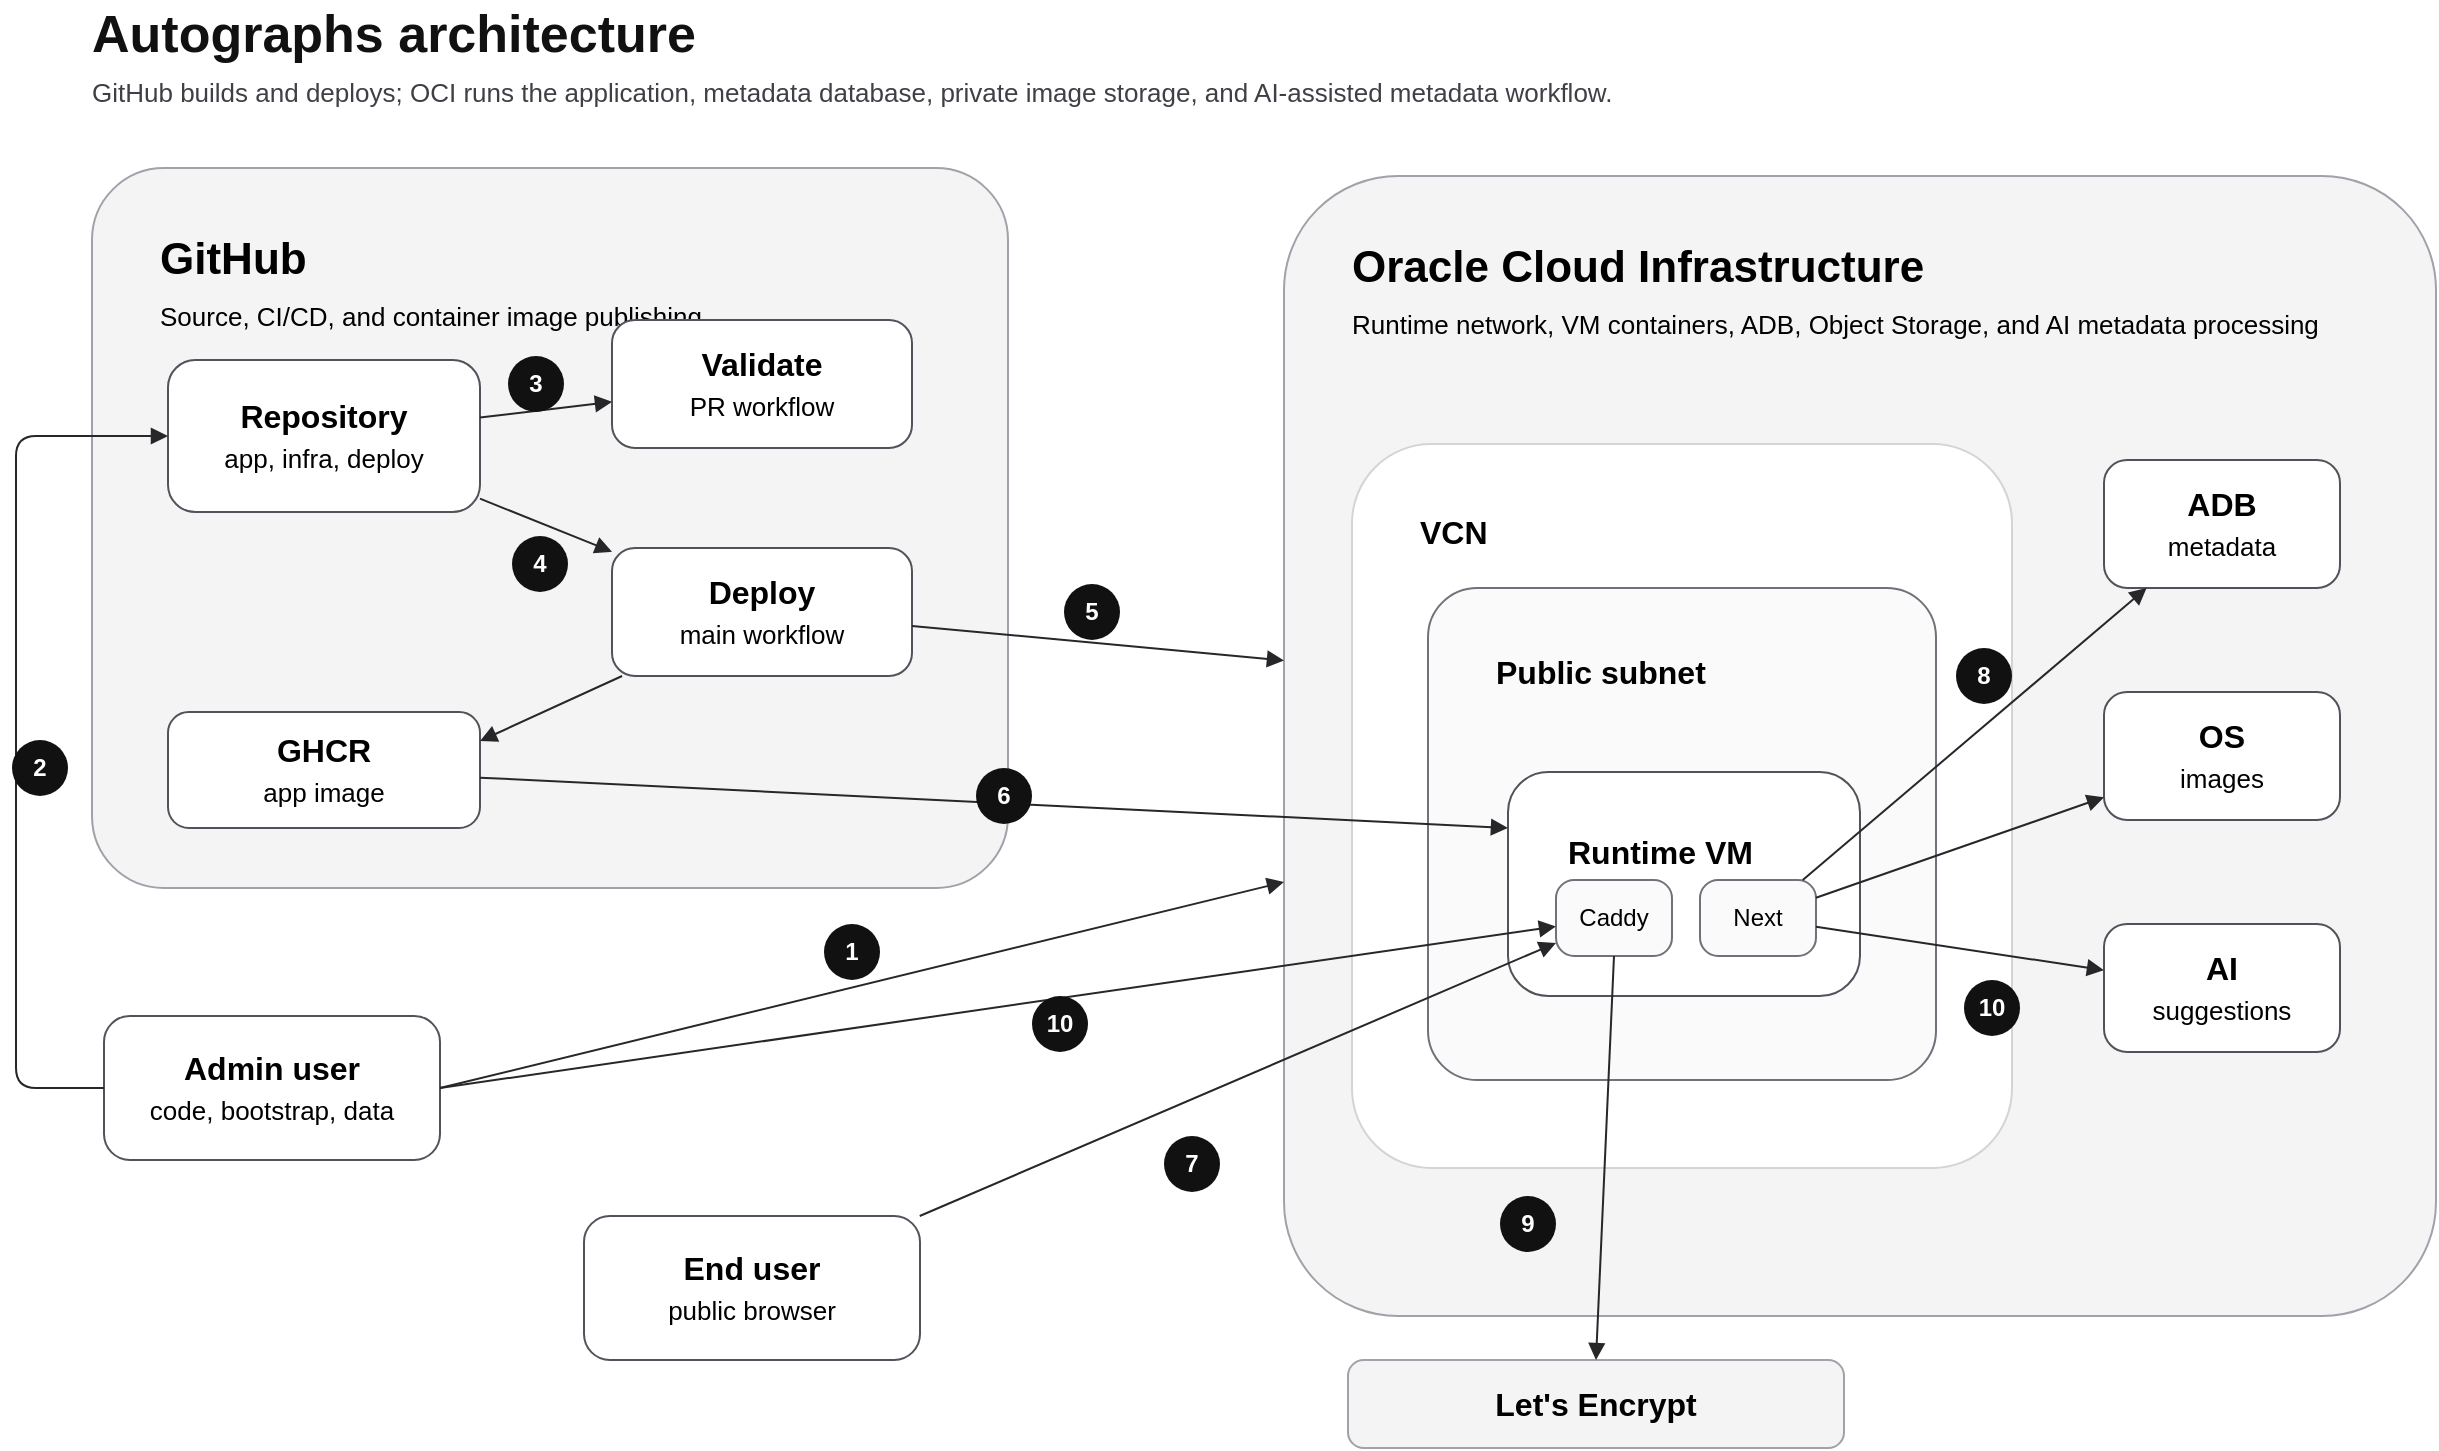
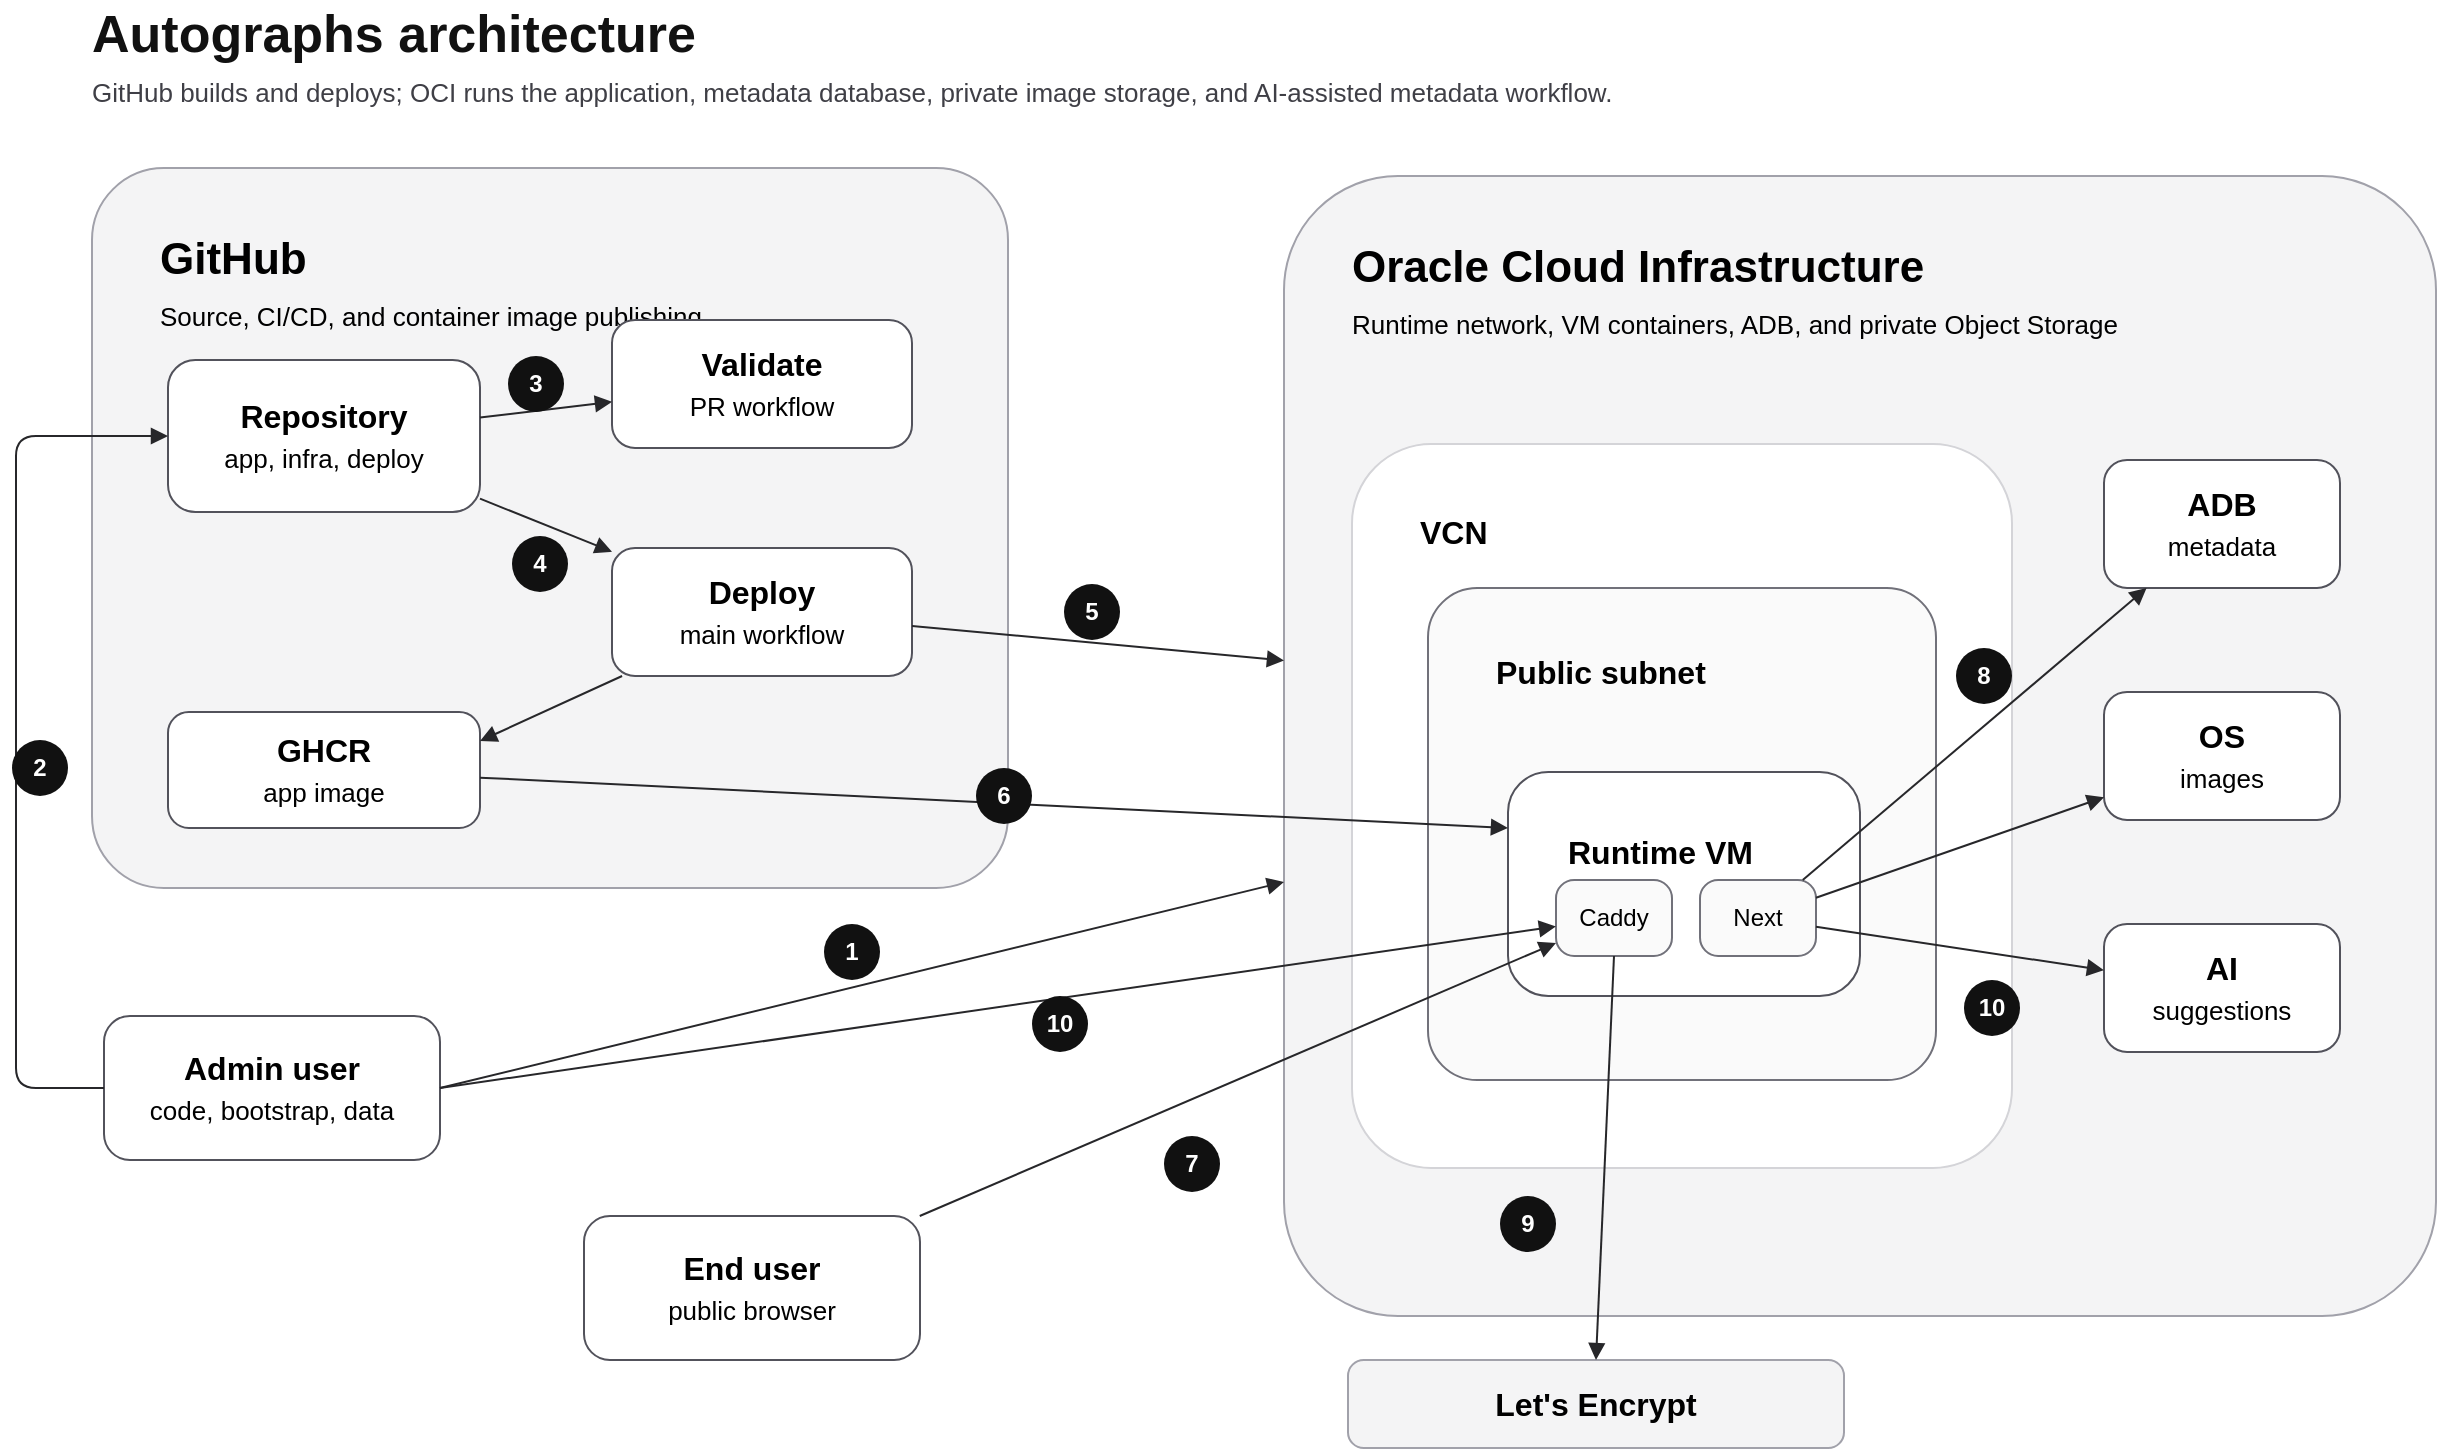
<mxfile host="app.diagrams.net" agent="Codex">
  <diagram id="autographs-simplified-architecture" name="Autographs Architecture">
    <mxGraphModel dx="1368" dy="734" grid="1" gridSize="10" guides="1" tooltips="1" connect="1" arrows="1" fold="1" page="1" pageScale="1" pageWidth="1280" pageHeight="760" math="0" shadow="0">
      <root>
        <mxCell id="0" />
        <mxCell id="1" parent="0" />
        <mxCell id="title" parent="1" style="text;html=1;strokeColor=none;fillColor=none;fontSize=26;fontStyle=1;fontColor=#111111;align=left;verticalAlign=middle;" value="Autographs architecture" vertex="1">
          <mxGeometry height="34" width="360" x="52" y="28" as="geometry" />
        </mxCell>
        <mxCell id="subtitle" parent="1" style="text;html=1;strokeColor=none;fillColor=none;fontSize=13;fontColor=#3f3f46;align=left;verticalAlign=middle;" value="GitHub builds and deploys; OCI runs the application, metadata database, private image storage, and AI-assisted metadata workflow." vertex="1">
          <mxGeometry height="24" width="790" x="52" y="62" as="geometry" />
        </mxCell>
        <mxCell id="github-zone" parent="1" style="rounded=1;whiteSpace=wrap;html=1;fillColor=#f4f4f5;strokeColor=#a1a1aa;fontStyle=1;fontSize=22;align=left;verticalAlign=top;spacingLeft=32;spacingTop=26;arcSize=10;" value="GitHub&lt;br&gt;&lt;font style=&quot;font-size: 13px; font-weight: 400;&quot;&gt;Source, CI/CD, and container image publishing&lt;/font&gt;" vertex="1">
          <mxGeometry height="360" width="458" x="54" y="112" as="geometry" />
        </mxCell>
        <mxCell id="repo" parent="1" style="rounded=1;whiteSpace=wrap;html=1;fillColor=#ffffff;strokeColor=#52525b;arcSize=18;fontSize=16;" value="&lt;b&gt;Repository&lt;/b&gt;&lt;br&gt;&lt;font style=&quot;font-size: 13px;&quot;&gt;app, infra, deploy&lt;/font&gt;" vertex="1">
          <mxGeometry height="76" width="156" x="92" y="208" as="geometry" />
        </mxCell>
        <mxCell id="validate" parent="1" style="rounded=1;whiteSpace=wrap;html=1;fillColor=#ffffff;strokeColor=#52525b;arcSize=18;fontSize=16;" value="&lt;b&gt;Validate&lt;/b&gt;&lt;br&gt;&lt;font style=&quot;font-size: 13px;&quot;&gt;PR workflow&lt;/font&gt;" vertex="1">
          <mxGeometry height="64" width="150" x="314" y="188" as="geometry" />
        </mxCell>
        <mxCell id="deploy" parent="1" style="rounded=1;whiteSpace=wrap;html=1;fillColor=#ffffff;strokeColor=#52525b;arcSize=18;fontSize=16;" value="&lt;b&gt;Deploy&lt;/b&gt;&lt;br&gt;&lt;font style=&quot;font-size: 13px;&quot;&gt;main workflow&lt;/font&gt;" vertex="1">
          <mxGeometry height="64" width="150" x="314" y="302" as="geometry" />
        </mxCell>
        <mxCell id="ghcr" parent="1" style="rounded=1;whiteSpace=wrap;html=1;fillColor=#ffffff;strokeColor=#52525b;arcSize=18;fontSize=16;" value="&lt;b&gt;GHCR&lt;/b&gt;&lt;br&gt;&lt;font style=&quot;font-size: 13px;&quot;&gt;app image&lt;/font&gt;" vertex="1">
          <mxGeometry height="58" width="156" x="92" y="384" as="geometry" />
        </mxCell>
        <mxCell id="admin" parent="1" style="rounded=1;whiteSpace=wrap;html=1;fillColor=#ffffff;strokeColor=#52525b;arcSize=18;fontSize=16;" value="&lt;b&gt;Admin user&lt;/b&gt;&lt;br&gt;&lt;font style=&quot;font-size: 13px;&quot;&gt;code, bootstrap, data&lt;/font&gt;" vertex="1">
          <mxGeometry height="72" width="168" x="60" y="536" as="geometry" />
        </mxCell>
        <mxCell id="end-user" parent="1" style="rounded=1;whiteSpace=wrap;html=1;fillColor=#ffffff;strokeColor=#52525b;arcSize=18;fontSize=16;" value="&lt;b&gt;End user&lt;/b&gt;&lt;br&gt;&lt;font style=&quot;font-size: 13px;&quot;&gt;public browser&lt;/font&gt;" vertex="1">
          <mxGeometry height="72" width="168" x="300" y="636" as="geometry" />
        </mxCell>
-         <mxCell id="oci-zone" parent="1" style="rounded=1;whiteSpace=wrap;html=1;fillColor=#f4f4f5;strokeColor=#a1a1aa;fontStyle=1;fontSize=22;align=left;verticalAlign=top;spacingLeft=32;spacingTop=26;arcSize=10;" value="Oracle Cloud Infrastructure&lt;br&gt;&lt;font style=&quot;font-size: 13px; font-weight: 400;&quot;&gt;Runtime network, VM containers, ADB, Object Storage, and AI metadata processing&lt;/font&gt;" vertex="1">
+         <mxCell id="oci-zone" parent="1" style="rounded=1;whiteSpace=wrap;html=1;fillColor=#f4f4f5;strokeColor=#a1a1aa;fontStyle=1;fontSize=22;align=left;verticalAlign=top;spacingLeft=32;spacingTop=26;arcSize=10;" value="Oracle Cloud Infrastructure&lt;br&gt;&lt;font style=&quot;font-size: 13px; font-weight: 400;&quot;&gt;Runtime network, VM containers, ADB, and private Object Storage&lt;/font&gt;" vertex="1">
          <mxGeometry height="570" width="576" x="650" y="116" as="geometry" />
        </mxCell>
        <mxCell id="vcn" parent="1" style="rounded=1;whiteSpace=wrap;html=1;fillColor=#ffffff;strokeColor=#d4d4d8;arcSize=12;fontSize=16;align=left;verticalAlign=top;spacingLeft=32;spacingTop=28;" value="&lt;b&gt;VCN&lt;/b&gt;" vertex="1">
          <mxGeometry height="362" width="330" x="684" y="250" as="geometry" />
        </mxCell>
        <mxCell id="subnet" parent="1" style="rounded=1;whiteSpace=wrap;html=1;fillColor=#fafafa;strokeColor=#71717a;arcSize=10;fontSize=16;align=left;verticalAlign=top;spacingLeft=32;spacingTop=26;" value="&lt;b&gt;Public subnet&lt;/b&gt;" vertex="1">
          <mxGeometry height="246" width="254" x="722" y="322" as="geometry" />
        </mxCell>
        <mxCell id="vm" parent="1" style="rounded=1;whiteSpace=wrap;html=1;fillColor=#ffffff;strokeColor=#52525b;arcSize=18;fontSize=16;align=left;verticalAlign=top;spacingLeft=28;spacingTop=24;" value="&lt;b&gt;Runtime VM&lt;/b&gt;" vertex="1">
          <mxGeometry height="112" width="176" x="762" y="414" as="geometry" />
        </mxCell>
        <mxCell id="caddy" parent="1" style="rounded=1;whiteSpace=wrap;html=1;fillColor=#fafafa;strokeColor=#71717a;arcSize=24;fontSize=12;" value="Caddy" vertex="1">
          <mxGeometry height="38" width="58" x="786" y="468" as="geometry" />
        </mxCell>
        <mxCell id="next" parent="1" style="rounded=1;whiteSpace=wrap;html=1;fillColor=#fafafa;strokeColor=#71717a;arcSize=24;fontSize=12;" value="Next" vertex="1">
          <mxGeometry height="38" width="58" x="858" y="468" as="geometry" />
        </mxCell>
        <mxCell id="adb" parent="1" style="rounded=1;whiteSpace=wrap;html=1;fillColor=#ffffff;strokeColor=#52525b;arcSize=18;fontSize=16;" value="&lt;b&gt;ADB&lt;/b&gt;&lt;br&gt;&lt;font style=&quot;font-size: 13px;&quot;&gt;metadata&lt;/font&gt;" vertex="1">
          <mxGeometry height="64" width="118" x="1060" y="258" as="geometry" />
        </mxCell>
        <mxCell id="object-storage" parent="1" style="rounded=1;whiteSpace=wrap;html=1;fillColor=#ffffff;strokeColor=#52525b;arcSize=18;fontSize=16;" value="&lt;b&gt;OS&lt;/b&gt;&lt;br&gt;&lt;font style=&quot;font-size: 13px;&quot;&gt;images&lt;/font&gt;" vertex="1">
          <mxGeometry height="64" width="118" x="1060" y="374" as="geometry" />
        </mxCell>
        <mxCell id="ai-processing" parent="1" style="rounded=1;whiteSpace=wrap;html=1;fillColor=#ffffff;strokeColor=#52525b;arcSize=18;fontSize=16;" value="&lt;b&gt;AI&lt;/b&gt;&lt;br&gt;&lt;font style=&quot;font-size: 13px;&quot;&gt;suggestions&lt;/font&gt;" vertex="1">
          <mxGeometry height="64" width="118" x="1060" y="490" as="geometry" />
        </mxCell>
        <mxCell id="lets-encrypt" parent="1" style="rounded=1;whiteSpace=wrap;html=1;fillColor=#f4f4f5;strokeColor=#a1a1aa;arcSize=18;fontSize=16;" value="&lt;b&gt;Let&#39;s Encrypt&lt;/b&gt;" vertex="1">
          <mxGeometry height="44" width="248" x="682" y="708" as="geometry" />
        </mxCell>
        <mxCell id="e-admin-repo" edge="1" parent="1" source="admin" style="endArrow=block;html=1;rounded=1;strokeColor=#27272a;strokeWidth=1;exitX=0;exitY=0.5;entryX=0;entryY=0.5;" target="repo">
          <mxGeometry relative="1" as="geometry">
            <Array as="points">
              <mxPoint x="16" y="572" />
              <mxPoint x="16" y="246" />
            </Array>
          </mxGeometry>
        </mxCell>
        <mxCell id="e-repo-validate" edge="1" parent="1" source="repo" style="endArrow=block;html=1;rounded=1;strokeColor=#27272a;strokeWidth=1;" target="validate">
          <mxGeometry relative="1" as="geometry" />
        </mxCell>
        <mxCell id="e-repo-deploy" edge="1" parent="1" source="repo" style="endArrow=block;html=1;rounded=1;strokeColor=#27272a;strokeWidth=1;" target="deploy">
          <mxGeometry relative="1" as="geometry" />
        </mxCell>
        <mxCell id="e-deploy-ghcr" edge="1" parent="1" source="deploy" style="endArrow=block;html=1;rounded=1;strokeColor=#27272a;strokeWidth=1;entryX=1;entryY=0.25;entryDx=0;entryDy=0;" target="ghcr">
          <mxGeometry relative="1" as="geometry" />
        </mxCell>
        <mxCell id="e-deploy-oci" edge="1" parent="1" source="deploy" style="endArrow=block;html=1;rounded=1;strokeColor=#27272a;strokeWidth=1;entryX=0;entryY=0.425;entryDx=0;entryDy=0;" target="oci-zone">
          <mxGeometry relative="1" as="geometry" />
        </mxCell>
        <mxCell id="e-ghcr-vm" edge="1" parent="1" source="ghcr" style="endArrow=block;html=1;rounded=1;strokeColor=#27272a;strokeWidth=1;entryX=0;entryY=0.25;" target="vm">
          <mxGeometry relative="1" as="geometry" />
        </mxCell>
        <mxCell id="e-admin-oci" edge="1" parent="1" source="admin" style="endArrow=block;html=1;rounded=1;strokeColor=#27272a;strokeWidth=1;exitX=1;exitY=0.5;exitDx=0;exitDy=0;exitPerimeter=0;">
          <mxGeometry relative="1" as="geometry">
            <mxPoint x="228" y="572" as="sourcePoint" />
            <mxPoint x="650" y="469.0251889168767" as="targetPoint" />
          </mxGeometry>
        </mxCell>
        <mxCell id="e-user-caddy" edge="1" parent="1" source="end-user" style="endArrow=block;html=1;rounded=1;strokeColor=#27272a;strokeWidth=1;" target="caddy">
          <mxGeometry relative="1" as="geometry" />
        </mxCell>
        <mxCell id="e-admin-next" edge="1" parent="1" source="admin" style="endArrow=block;html=1;rounded=1;strokeColor=#27272a;strokeWidth=1;exitX=1;exitY=0.5;exitDx=0;exitDy=0;" target="caddy">
          <mxGeometry relative="1" as="geometry" />
        </mxCell>
        <mxCell id="e-next-adb" edge="1" parent="1" source="next" style="endArrow=block;html=1;rounded=1;strokeColor=#27272a;strokeWidth=1;" target="adb">
          <mxGeometry relative="1" as="geometry" />
        </mxCell>
        <mxCell id="e-next-os" edge="1" parent="1" source="next" style="endArrow=block;html=1;rounded=1;strokeColor=#27272a;strokeWidth=1;" target="object-storage">
          <mxGeometry relative="1" as="geometry" />
        </mxCell>
        <mxCell id="e-next-ai" edge="1" parent="1" source="next" style="endArrow=block;html=1;rounded=1;strokeColor=#27272a;strokeWidth=1;" target="ai-processing">
          <mxGeometry relative="1" as="geometry" />
        </mxCell>
        <mxCell id="e-caddy-le" edge="1" parent="1" source="caddy" style="endArrow=block;html=1;rounded=1;strokeColor=#27272a;strokeWidth=1;exitX=0.5;exitY=1;entryX=0.5;entryY=0;" target="lets-encrypt">
          <mxGeometry relative="1" as="geometry" />
        </mxCell>
        <mxCell id="n1" parent="1" style="ellipse;whiteSpace=wrap;html=1;aspect=fixed;fillColor=#111111;strokeColor=none;fontColor=#ffffff;fontSize=12;fontStyle=1;" value="1" vertex="1">
          <mxGeometry height="28" width="28" x="420" y="490" as="geometry" />
        </mxCell>
        <mxCell id="n2" parent="1" style="ellipse;whiteSpace=wrap;html=1;aspect=fixed;fillColor=#111111;strokeColor=none;fontColor=#ffffff;fontSize=12;fontStyle=1;" value="2" vertex="1">
          <mxGeometry height="28" width="28" x="14" y="398" as="geometry" />
        </mxCell>
        <mxCell id="n3" parent="1" style="ellipse;whiteSpace=wrap;html=1;aspect=fixed;fillColor=#111111;strokeColor=none;fontColor=#ffffff;fontSize=12;fontStyle=1;" value="3" vertex="1">
          <mxGeometry height="28" width="28" x="262" y="206" as="geometry" />
        </mxCell>
        <mxCell id="n4" parent="1" style="ellipse;whiteSpace=wrap;html=1;aspect=fixed;fillColor=#111111;strokeColor=none;fontColor=#ffffff;fontSize=12;fontStyle=1;" value="4" vertex="1">
          <mxGeometry height="28" width="28" x="264" y="296" as="geometry" />
        </mxCell>
        <mxCell id="n5" parent="1" style="ellipse;whiteSpace=wrap;html=1;aspect=fixed;fillColor=#111111;strokeColor=none;fontColor=#ffffff;fontSize=12;fontStyle=1;" value="5" vertex="1">
          <mxGeometry height="28" width="28" x="540" y="320" as="geometry" />
        </mxCell>
        <mxCell id="n6" parent="1" style="ellipse;whiteSpace=wrap;html=1;aspect=fixed;fillColor=#111111;strokeColor=none;fontColor=#ffffff;fontSize=12;fontStyle=1;" value="6" vertex="1">
          <mxGeometry height="28" width="28" x="496" y="412" as="geometry" />
        </mxCell>
        <mxCell id="n7" parent="1" style="ellipse;whiteSpace=wrap;html=1;aspect=fixed;fillColor=#111111;strokeColor=none;fontColor=#ffffff;fontSize=12;fontStyle=1;" value="7" vertex="1">
          <mxGeometry height="28" width="28" x="590" y="596" as="geometry" />
        </mxCell>
        <mxCell id="n8" parent="1" style="ellipse;whiteSpace=wrap;html=1;aspect=fixed;fillColor=#111111;strokeColor=none;fontColor=#ffffff;fontSize=12;fontStyle=1;" value="8" vertex="1">
          <mxGeometry height="28" width="28" x="986" y="352" as="geometry" />
        </mxCell>
        <mxCell id="n9" parent="1" style="ellipse;whiteSpace=wrap;html=1;aspect=fixed;fillColor=#111111;strokeColor=none;fontColor=#ffffff;fontSize=12;fontStyle=1;" value="9" vertex="1">
          <mxGeometry height="28" width="28" x="758" y="626" as="geometry" />
        </mxCell>
        <mxCell id="n10" parent="1" style="ellipse;whiteSpace=wrap;html=1;aspect=fixed;fillColor=#111111;strokeColor=none;fontColor=#ffffff;fontSize=12;fontStyle=1;" value="10" vertex="1">
          <mxGeometry height="28" width="28" x="524" y="526" as="geometry" />
        </mxCell>
        <mxCell id="53G5qgQ3t5_bfomiu4lQ-3" parent="1" style="ellipse;whiteSpace=wrap;html=1;aspect=fixed;fillColor=#111111;strokeColor=none;fontColor=#ffffff;fontSize=12;fontStyle=1;" value="10" vertex="1">
          <mxGeometry height="28" width="28" x="990" y="518" as="geometry" />
        </mxCell>
      </root>
    </mxGraphModel>
  </diagram>
</mxfile>
